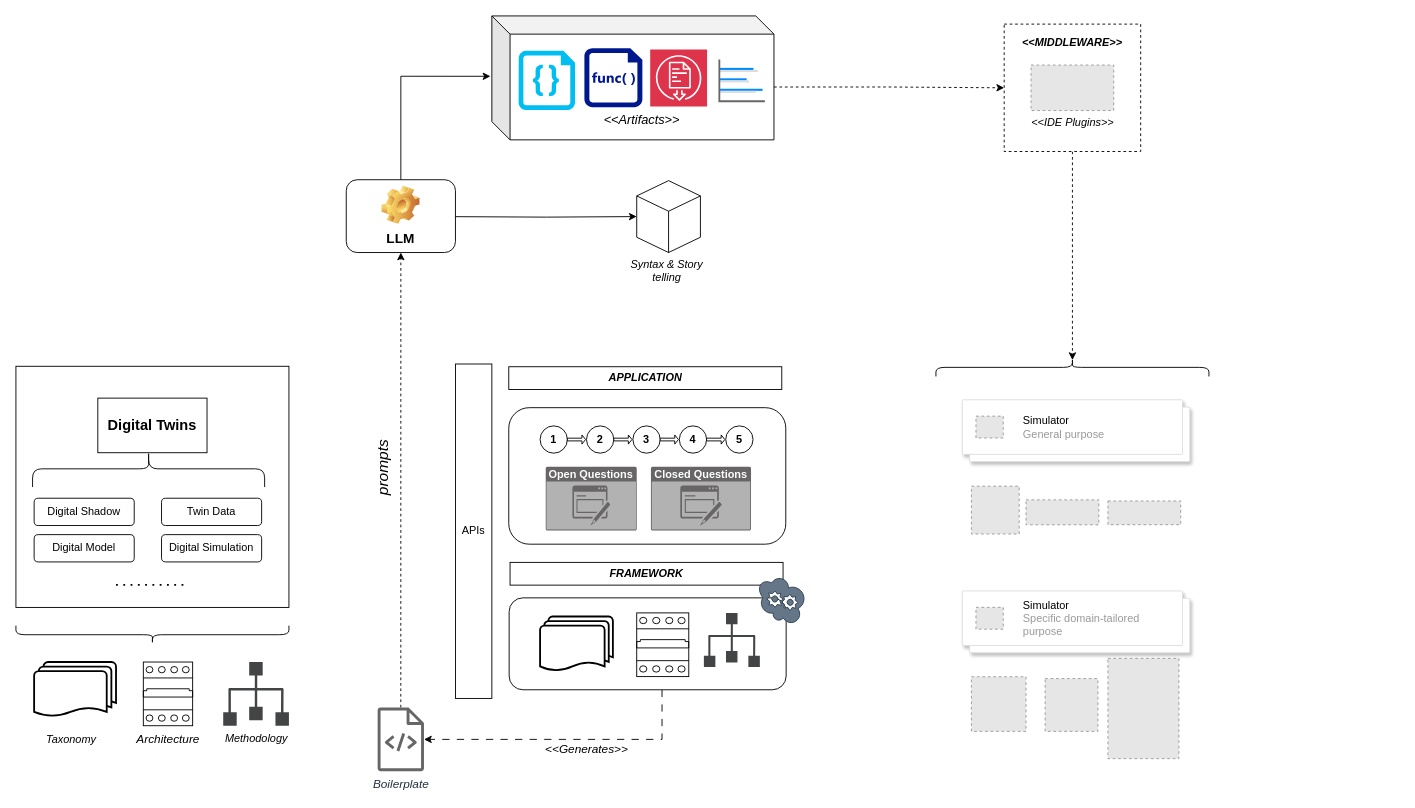
Earlier version of the draw.io diagram drawio/mams/dd-twins/DDTwins_Architecture.drawio (scrodrig/Diagrams). Source tidied: cells renumbered, new cells numbered last; positions are measured from the earlier drawing's top-left corner, leaving out a move shared by most shapes. Both pictures are drawn from the tidied source at 91%, with x=0, y=0 at pixel (15, 15). Pictures stored in the file or linked from it are replaced by grey dashed boxes.
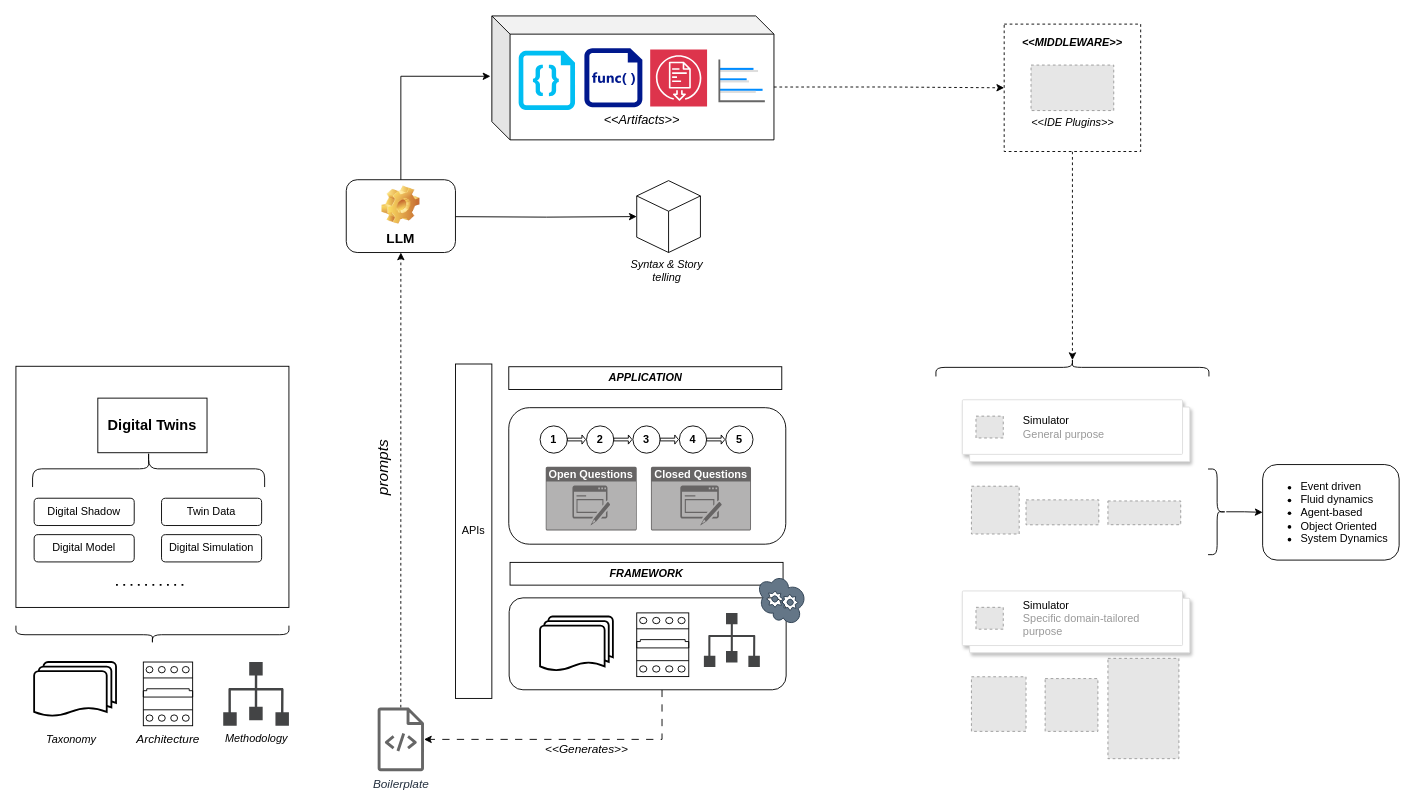
The same page after the edit.

Commit message:
Add features in languages

What changed in the source:
```diff
@@
+    <mxCell id="69" style="edgeStyle=orthogonalEdgeStyle;rounded=0;jettySize=auto;html=1;" parent="1" edge="1" source="70" target="71">
+      <mxGeometry relative="1" as="geometry" />
+    </mxCell>
+    <mxCell id="70" style="shape=curlyBracket;whiteSpace=wrap;html=1;rounded=1;flipH=1;labelPosition=right;verticalLabelPosition=middle;align=left;verticalAlign=middle;rotation=0;size=0.5;" parent="1" vertex="1">
+      <mxGeometry x="1310" y="497.9" width="20" height="94.1" as="geometry" />
+    </mxCell>
+    <mxCell id="71" value="&lt;ul&gt;&lt;li&gt;Event driven&lt;/li&gt;&lt;li&gt;Fluid dynamics&lt;/li&gt;&lt;li&gt;Agent-based&lt;/li&gt;&lt;li&gt;Object Oriented&lt;/li&gt;&lt;li&gt;System Dynamics&lt;/li&gt;&lt;/ul&gt;" style="whiteSpace=wrap;html=1;align=left;rounded=1;" parent="1" vertex="1">
+      <mxGeometry x="1370" y="493" width="150" height="105" as="geometry" />
+    </mxCell>
```
